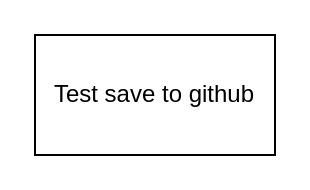
Above: init.drawio in Harshal-Holkar/LLD (draw.io), before the change. Source tidied: cells renumbered, new cells numbered last; positions are measured from the earlier drawing's top-left corner, leaving out a move shared by most shapes. Both pictures are drawn from the tidied source at 200%, with x=0, y=0 at pixel (34, 34).
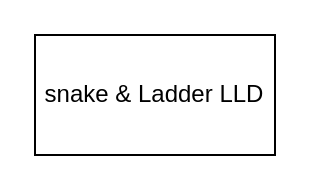
The same page after the edit.

What changed in the source:
```diff
@@
 <mxGraphModel>
   <root>
     <mxCell id="0" />
     <mxCell id="1" parent="0" />
-    <mxCell id="2" value="Test save to github" style="rounded=0;whiteSpace=wrap;html=1;" parent="1" vertex="1">
+    <mxCell id="2" value="snake &amp;amp; Ladder LLD" style="rounded=0;whiteSpace=wrap;html=1;" parent="1" vertex="1">
       <mxGeometry width="120" height="60" as="geometry" />
     </mxCell>
   </root>
 </mxGraphModel>
```
